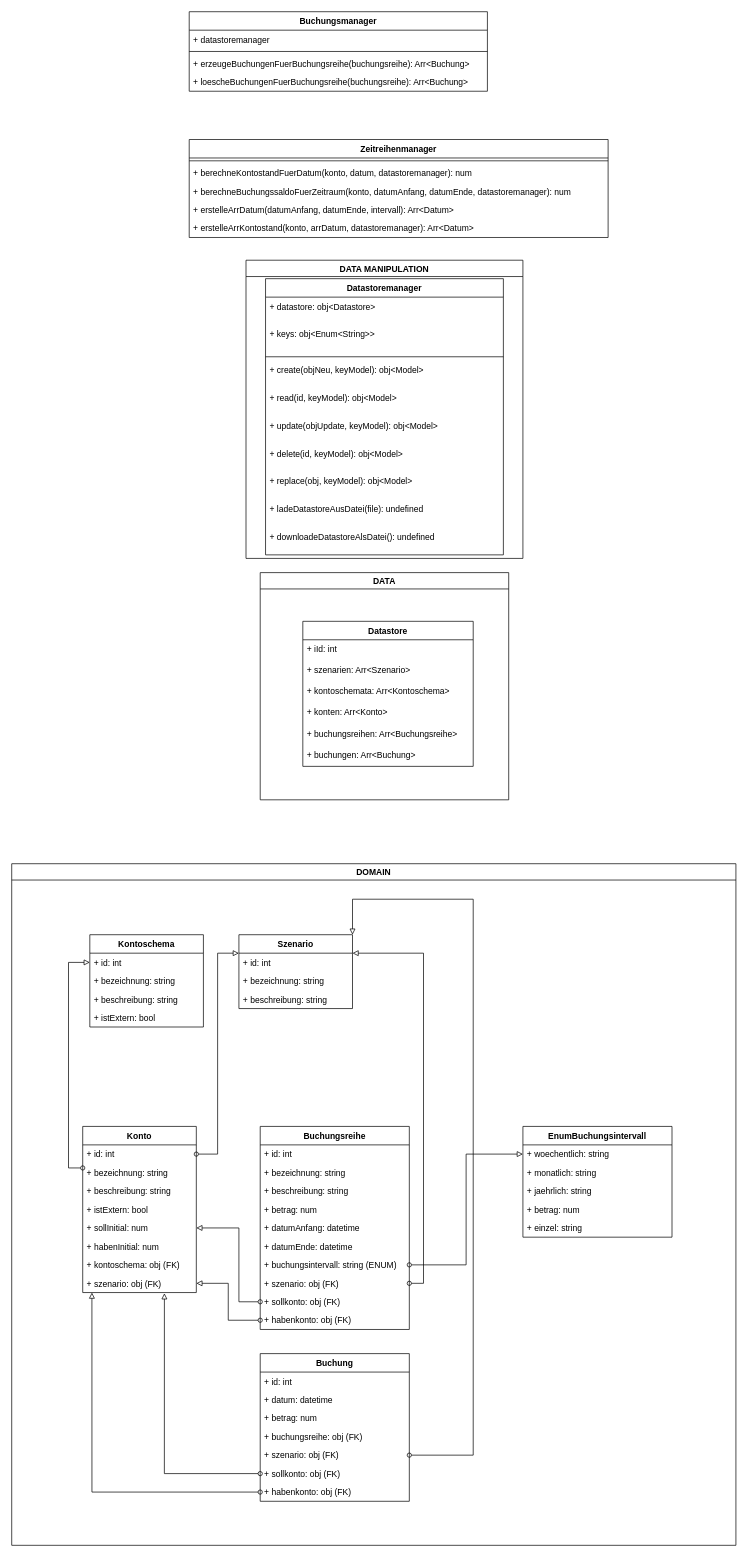
The draw.io diagram design/Klassen.drawio in wunscha/finanzplaner, before the edit. Source tidied: cells renumbered, new cells numbered last; positions are measured from the earlier drawing's top-left corner, leaving out a move shared by most shapes. Both pictures are drawn from the tidied source at 71%, with x=0, y=0 at pixel (11, 11).
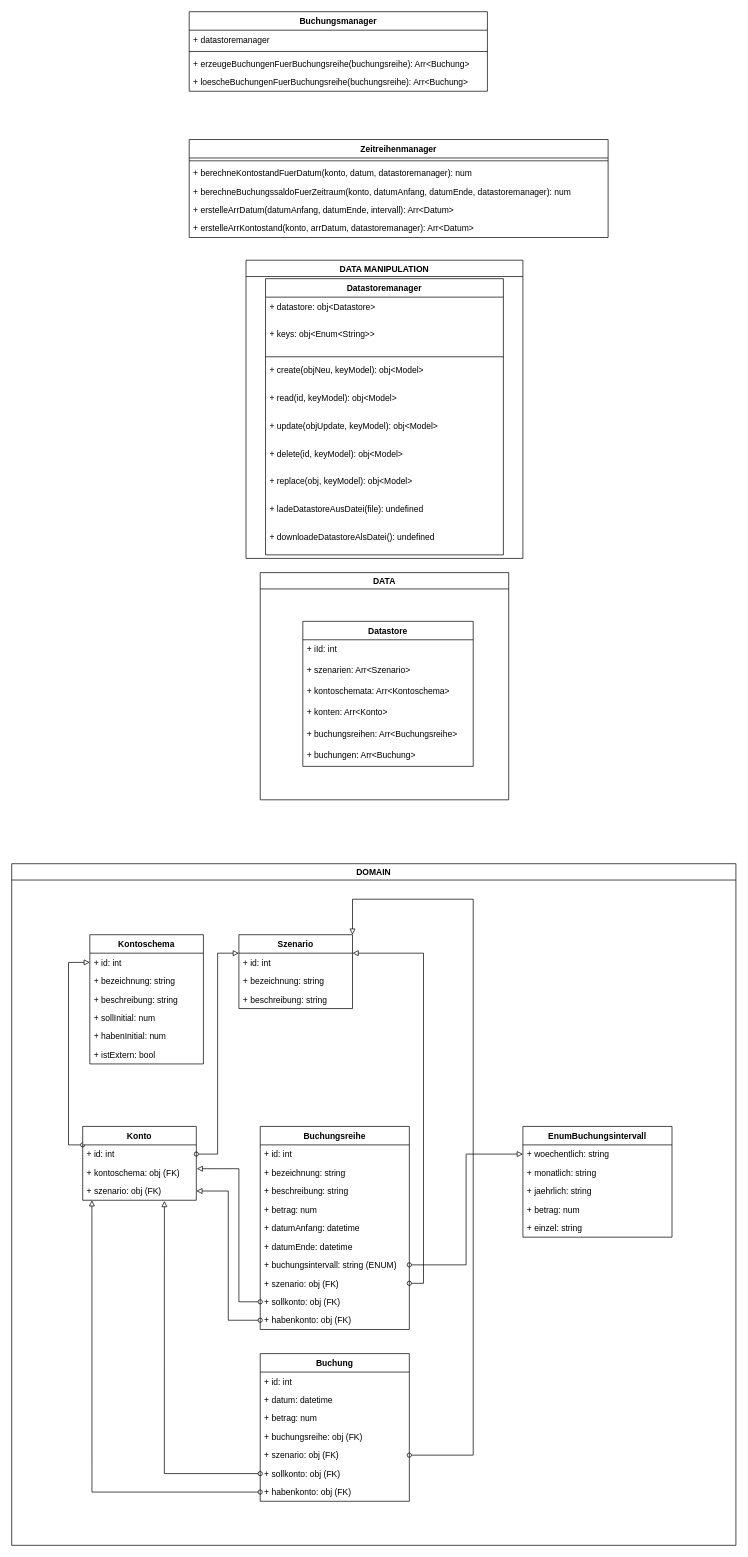
The same page after the edit.

Unchanged cells that the change refers to:
```xml
<mxCell id="2" style="group;" parent="1" vertex="1">
  <mxGeometry y="1200" width="1020" height="960" as="geometry" />
</mxCell>
<mxCell id="32" value="+ sollkonto: obj (FK)" style="text;strokeColor=none;fillColor=none;align=left;verticalAlign=top;spacingLeft=4;spacingRight=4;overflow=hidden;points=[[0,0.5],[1,0.5]];portConstraint=eastwest;" parent="23" vertex="1">
  <mxGeometry y="234" width="210" height="26" as="geometry" />
</mxCell>
```

What changed in the source:
```diff
@@
     <mxCell id="3" value="Kontoschema" style="swimlane;fontStyle=1;align=center;verticalAlign=top;horizontal=1;startSize=26;" parent="2" vertex="1">
-      <mxGeometry x="110" y="100" width="160" height="130" as="geometry" />
+      <mxGeometry x="110" y="100" width="160" height="182" as="geometry" />
     </mxCell>
@@
+    <mxCell id="14" value="+ sollInitial: num" style="text;strokeColor=none;fillColor=none;align=left;verticalAlign=top;spacingLeft=4;spacingRight=4;overflow=hidden;points=[[0,0.5],[1,0.5]];portConstraint=eastwest;" parent="3" vertex="1">
+      <mxGeometry y="104" width="160" height="26" as="geometry" />
+    </mxCell>
+    <mxCell id="15" value="+ habenInitial: num" style="text;strokeColor=none;fillColor=none;align=left;verticalAlign=top;spacingLeft=4;spacingRight=4;overflow=hidden;" parent="3" vertex="1">
+      <mxGeometry y="130" width="160" height="26" as="geometry" />
+    </mxCell>
     <mxCell id="7" value="+ istExtern: bool" style="text;strokeColor=none;fillColor=none;align=left;verticalAlign=top;spacingLeft=4;spacingRight=4;overflow=hidden;" parent="3" vertex="1">
-      <mxGeometry y="104" width="160" height="26" as="geometry" />
+      <mxGeometry y="156" width="160" height="26" as="geometry" />
     </mxCell>
@@
     <mxCell id="9" value="Konto" style="swimlane;fontStyle=1;align=center;verticalAlign=top;horizontal=1;startSize=26;" parent="2" vertex="1">
-      <mxGeometry x="100" y="370" width="160" height="234" as="geometry" />
+      <mxGeometry x="100" y="370" width="160" height="104" as="geometry" />
     </mxCell>
@@
-    <mxCell id="11" value="+ bezeichnung: string" style="text;strokeColor=none;fillColor=none;align=left;verticalAlign=top;spacingLeft=4;spacingRight=4;overflow=hidden;" parent="9" vertex="1">
-      <mxGeometry y="52" width="160" height="26" as="geometry" />
-    </mxCell>
-    <mxCell id="12" value="+ beschreibung: string" style="text;strokeColor=none;fillColor=none;align=left;verticalAlign=top;spacingLeft=4;spacingRight=4;overflow=hidden;" parent="9" vertex="1">
-      <mxGeometry y="78" width="160" height="26" as="geometry" />
-    </mxCell>
-    <mxCell id="13" value="+ istExtern: bool" style="text;strokeColor=none;fillColor=none;align=left;verticalAlign=top;spacingLeft=4;spacingRight=4;overflow=hidden;" parent="9" vertex="1">
-      <mxGeometry y="104" width="160" height="26" as="geometry" />
-    </mxCell>
-    <mxCell id="14" value="+ sollInitial: num" style="text;strokeColor=none;fillColor=none;align=left;verticalAlign=top;spacingLeft=4;spacingRight=4;overflow=hidden;points=[[0,0.5],[1,0.5]];portConstraint=eastwest;" parent="9" vertex="1">
-      <mxGeometry y="130" width="160" height="26" as="geometry" />
-    </mxCell>
-    <mxCell id="15" value="+ habenInitial: num" style="text;strokeColor=none;fillColor=none;align=left;verticalAlign=top;spacingLeft=4;spacingRight=4;overflow=hidden;" parent="9" vertex="1">
-      <mxGeometry y="156" width="160" height="26" as="geometry" />
-    </mxCell>
     <mxCell id="16" value="+ kontoschema: obj (FK)" style="text;strokeColor=none;fillColor=none;align=left;verticalAlign=top;spacingLeft=4;spacingRight=4;overflow=hidden;points=[[0,0.5],[1,0.5]];portConstraint=eastwest;" parent="9" vertex="1">
-      <mxGeometry y="182" width="160" height="26" as="geometry" />
+      <mxGeometry y="52" width="160" height="26" as="geometry" />
     </mxCell>
     <mxCell id="17" value="+ szenario: obj (FK)" style="text;strokeColor=none;fillColor=none;align=left;verticalAlign=top;spacingLeft=4;spacingRight=4;overflow=hidden;points=[[0,0.5],[1,0.5]];portConstraint=eastwest;" parent="9" vertex="1">
-      <mxGeometry y="208" width="160" height="26" as="geometry" />
+      <mxGeometry y="78" width="160" height="26" as="geometry" />
     </mxCell>
@@
-    <mxCell id="42" style="edgeStyle=orthogonalEdgeStyle;rounded=0;jettySize=auto;html=1;entryX=1;entryY=0.5;entryDx=0;entryDy=0;startArrow=oval;startFill=0;endArrow=block;endFill=0;exitX=0;exitY=0.5;exitDx=0;exitDy=0;" parent="2" edge="1" source="32" target="14">
-      <mxGeometry relative="1" as="geometry">
-        <Array as="points">
-          <mxPoint x="320" y="617" />
-          <mxPoint x="320" y="513" />
-        </Array>
-      </mxGeometry>
-    </mxCell>
@@
+    <mxCell id="42" style="edgeStyle=orthogonalEdgeStyle;rounded=0;jettySize=auto;html=1;startArrow=oval;startFill=0;endArrow=block;endFill=0;exitX=0;exitY=0.5;exitDx=0;exitDy=0;entryX=1.004;entryY=0.291;entryDx=0;entryDy=0;entryPerimeter=0;" parent="1" edge="1" source="32" target="16">
+      <mxGeometry relative="1" as="geometry">
+        <Array as="points">
+          <mxPoint x="320" y="1817" />
+          <mxPoint x="320" y="1630" />
+        </Array>
+      </mxGeometry>
+    </mxCell>
```
